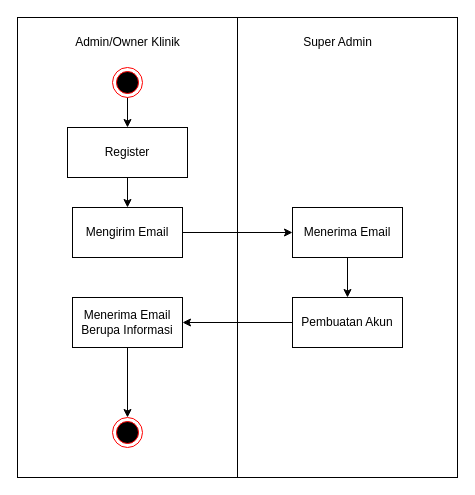
Above: page "activity-register" (3 of 7) of klinik-use-case-diagram.drawio in rrahmatn/dfd_erd_uml (draw.io), before the change. Source tidied: cells renumbered, new cells numbered last; positions are measured from the earlier drawing's top-left corner, leaving out a move shared by most shapes. Both pictures are drawn from the tidied source at 100%, with x=0, y=0 at pixel (17, 17).
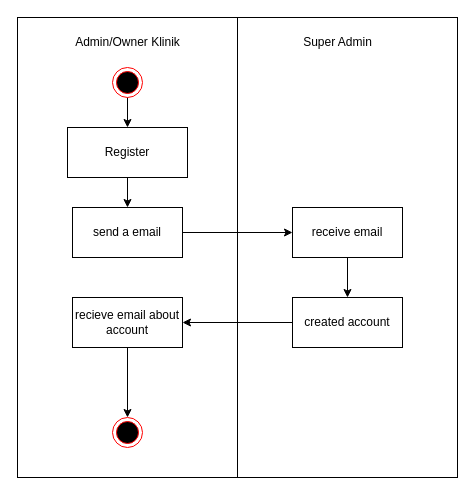
Above is the later version.

Change to the diagram source:
```diff
@@
 <mxGraphModel>
   <root>
     <mxCell id="0" />
     <mxCell id="1" parent="0" />
     <mxCell id="2" style="html=1;whiteSpace=wrap;" parent="1" vertex="1">
       <mxGeometry width="220" height="460" as="geometry" />
     </mxCell>
     <mxCell id="3" style="html=1;whiteSpace=wrap;" parent="1" vertex="1">
       <mxGeometry x="220" width="220" height="460" as="geometry" />
     </mxCell>
     <mxCell id="4" style="edgeStyle=orthogonalEdgeStyle;rounded=0;jettySize=auto;html=1;exitX=0.5;exitY=1;exitDx=0;exitDy=0;entryX=0.5;entryY=0;entryDx=0;entryDy=0;" parent="1" edge="1" source="5" target="8">
       <mxGeometry relative="1" as="geometry" />
     </mxCell>
     <mxCell id="5" style="ellipse;html=1;shape=endState;fillColor=#000000;strokeColor=#ff0000;" parent="1" vertex="1">
       <mxGeometry x="95" y="50" width="30" height="30" as="geometry" />
     </mxCell>
     <mxCell id="6" value="Admin/Owner Klinik" style="text;html=1;align=center;verticalAlign=middle;strokeColor=none;fillColor=none;" parent="1" vertex="1">
       <mxGeometry x="45" y="10" width="130" height="30" as="geometry" />
     </mxCell>
     <mxCell id="7" style="edgeStyle=orthogonalEdgeStyle;rounded=0;jettySize=auto;html=1;" parent="1" edge="1" source="8" target="10">
       <mxGeometry relative="1" as="geometry" />
     </mxCell>
     <mxCell id="8" value="Register" style="html=1;whiteSpace=wrap;" parent="1" vertex="1">
       <mxGeometry x="50" y="110" width="120" height="50" as="geometry" />
     </mxCell>
     <mxCell id="9" style="edgeStyle=orthogonalEdgeStyle;rounded=0;jettySize=auto;html=1;entryX=0;entryY=0.5;entryDx=0;entryDy=0;" parent="1" edge="1" source="10" target="12">
       <mxGeometry relative="1" as="geometry" />
     </mxCell>
-    <mxCell id="10" value="Mengirim Email" style="html=1;whiteSpace=wrap;" parent="1" vertex="1">
+    <mxCell id="10" value="send a email" style="html=1;whiteSpace=wrap;" parent="1" vertex="1">
       <mxGeometry x="55" y="190" width="110" height="50" as="geometry" />
     </mxCell>
     <mxCell id="11" style="edgeStyle=orthogonalEdgeStyle;rounded=0;jettySize=auto;html=1;entryX=0.5;entryY=0;entryDx=0;entryDy=0;" parent="1" edge="1" source="12" target="14">
       <mxGeometry relative="1" as="geometry" />
     </mxCell>
-    <mxCell id="12" value="Menerima Email" style="html=1;whiteSpace=wrap;" parent="1" vertex="1">
+    <mxCell id="12" value="receive email" style="html=1;whiteSpace=wrap;" parent="1" vertex="1">
       <mxGeometry x="275" y="190" width="110" height="50" as="geometry" />
     </mxCell>
     <mxCell id="13" style="edgeStyle=orthogonalEdgeStyle;rounded=0;jettySize=auto;html=1;exitX=0;exitY=0.5;exitDx=0;exitDy=0;entryX=1;entryY=0.5;entryDx=0;entryDy=0;" parent="1" edge="1" source="14" target="16">
       <mxGeometry relative="1" as="geometry" />
     </mxCell>
-    <mxCell id="14" value="Pembuatan Akun" style="html=1;whiteSpace=wrap;" parent="1" vertex="1">
+    <mxCell id="14" value="created account" style="html=1;whiteSpace=wrap;" parent="1" vertex="1">
       <mxGeometry x="275" y="280" width="110" height="50" as="geometry" />
     </mxCell>
     <mxCell id="15" style="edgeStyle=orthogonalEdgeStyle;rounded=0;jettySize=auto;html=1;exitX=0.5;exitY=1;exitDx=0;exitDy=0;entryX=0.5;entryY=0;entryDx=0;entryDy=0;" parent="1" edge="1" source="16" target="17">
       <mxGeometry relative="1" as="geometry" />
     </mxCell>
-    <mxCell id="16" value="Menerima Email Berupa Informasi" style="html=1;whiteSpace=wrap;" parent="1" vertex="1">
+    <mxCell id="16" value="recieve email about account" style="html=1;whiteSpace=wrap;" parent="1" vertex="1">
       <mxGeometry x="55" y="280" width="110" height="50" as="geometry" />
     </mxCell>
     <mxCell id="17" style="ellipse;html=1;shape=endState;fillColor=#000000;strokeColor=#ff0000;" parent="1" vertex="1">
       <mxGeometry x="95" y="400" width="30" height="30" as="geometry" />
     </mxCell>
     <mxCell id="18" value="Super Admin" style="text;html=1;align=center;verticalAlign=middle;strokeColor=none;fillColor=none;" parent="1" vertex="1">
       <mxGeometry x="275" y="10" width="90" height="30" as="geometry" />
     </mxCell>
   </root>
 </mxGraphModel>
```
